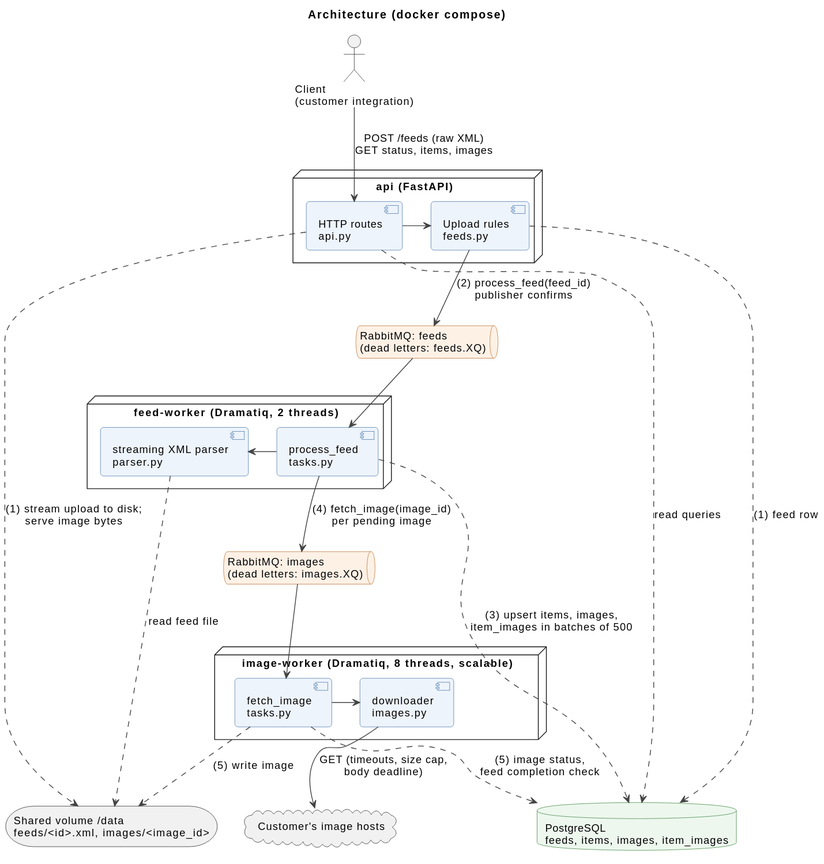
The PlantUML diagram docs/diagrams/architecture.svg in Majny/item-feed-service, before a commit.
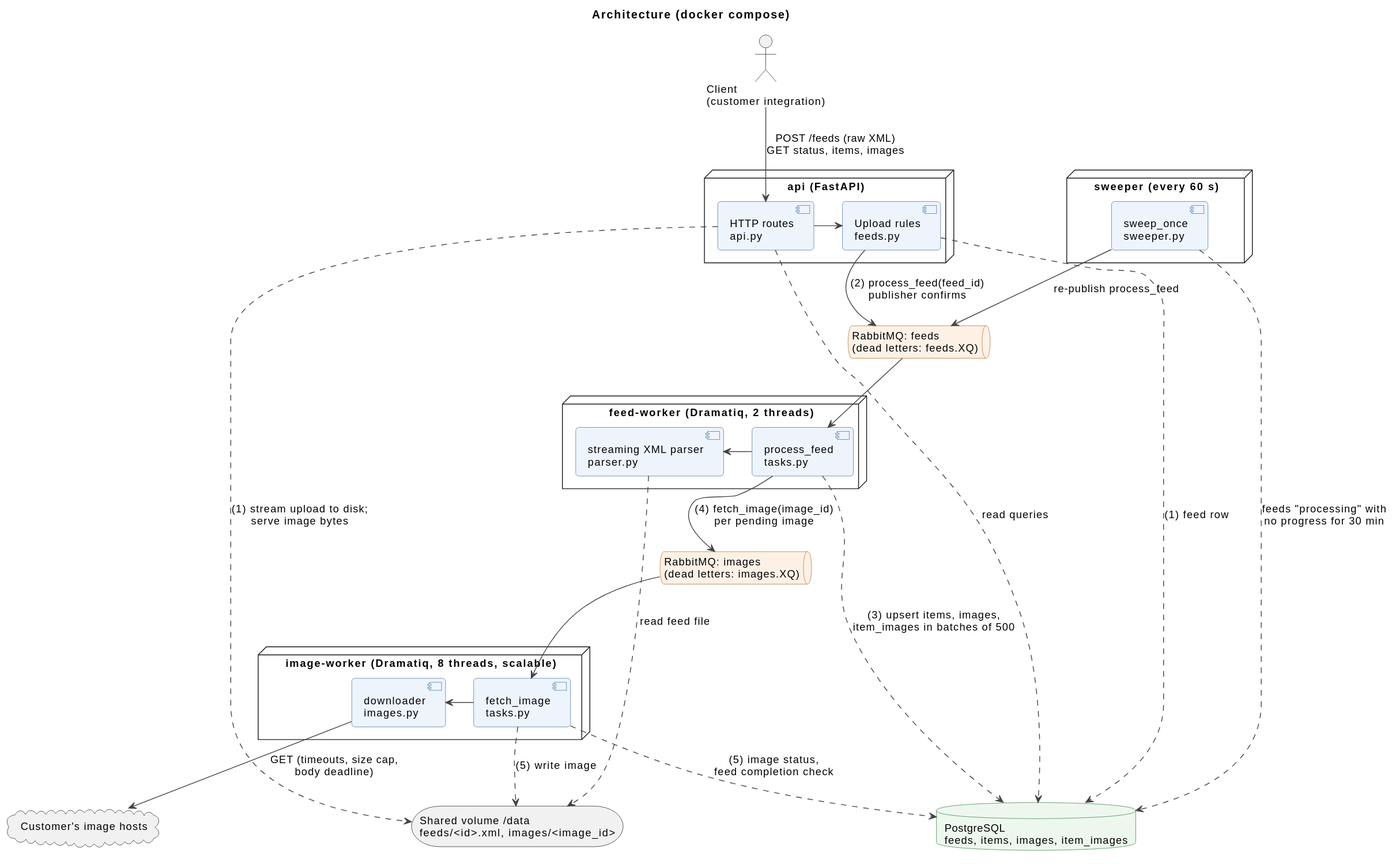
The same diagram one commit later.

Change to the diagram source:
```diff
@@ -22,6 +22,10 @@
   component "downloader\nimages.py" as dl
 }
 
+node "sweeper (every 60 s)" as sw {
+  component "sweep_once\nsweeper.py" as swc
+}
+
 database "PostgreSQL\nfeeds, items, images, item_images" as pg
 storage "Shared volume /data\nfeeds/<id>.xml, images/<image_id>" as vol
 cloud "Customer's image hosts" as hosts
@@ -43,4 +47,6 @@
 pf ..> pg : (3) upsert items, images,\nitem_images in batches of 500
 fi ..> vol : (5) write image
 fi ..> pg : (5) image status,\nfeed completion check
+swc ..> pg : feeds "processing" with\nno progress for 30 min
+swc --> qf : re-publish process_feed
 @enduml
```
